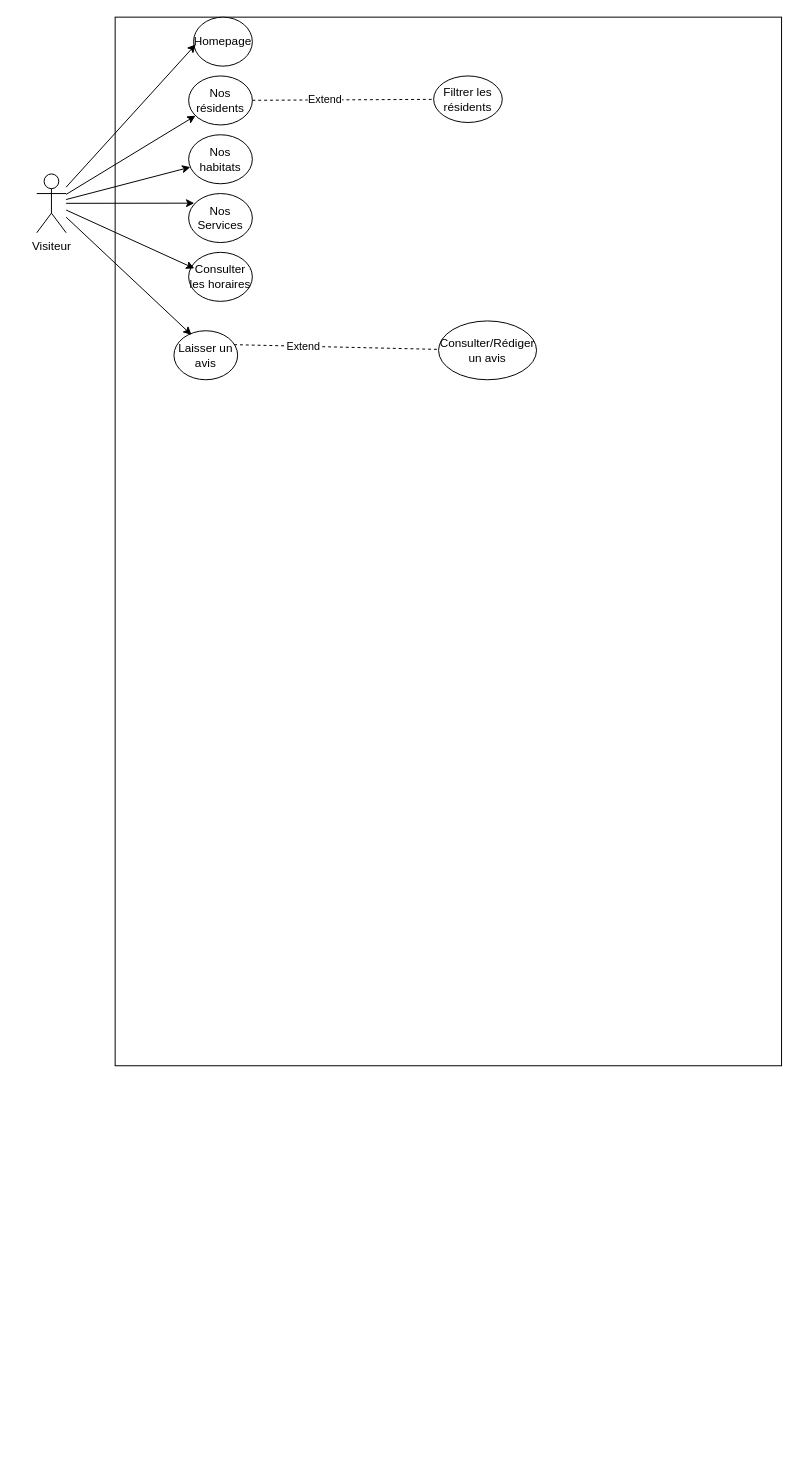
Before: Diagramme d'utilisation.drawio in ThibautOV/ZooArcadia, a draw.io diagram. Source tidied: cells renumbered, new cells numbered last; positions are measured from the earlier drawing's top-left corner, leaving out a move shared by most shapes. Both pictures are drawn from the tidied source at 98%, with x=0, y=0 at pixel (36, 17).
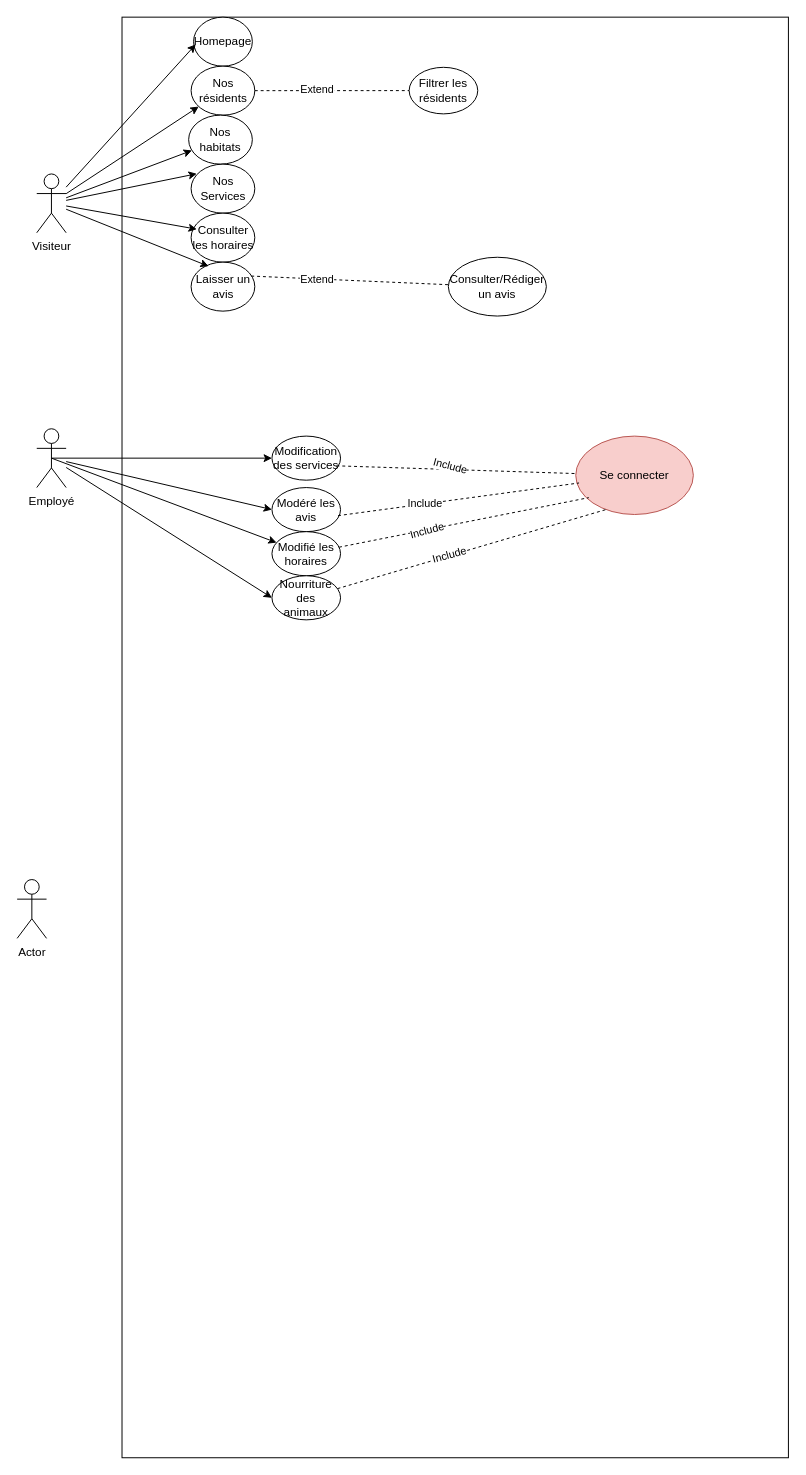
The same diagram, later.

Commit message:
Mettre à jour Diagramme d'utilisation.drawio

Change to the diagram source:
```diff
@@
     <mxCell id="2" style="rounded=0;whiteSpace=wrap;html=1;" parent="1" vertex="1">
-      <mxGeometry x="80" width="680" height="1070" as="geometry" />
+      <mxGeometry x="87" width="680" height="1470" as="geometry" />
     </mxCell>
@@
     <mxCell id="5" value="Nos résidents" style="ellipse;whiteSpace=wrap;html=1;" parent="1" vertex="1">
-      <mxGeometry x="155" y="60" width="65" height="50" as="geometry" />
+      <mxGeometry x="157.5" y="50" width="65" height="50" as="geometry" />
     </mxCell>
     <mxCell id="6" value="Nos habitats" style="ellipse;whiteSpace=wrap;html=1;" parent="1" vertex="1">
-      <mxGeometry x="155" y="120" width="65" height="50" as="geometry" />
+      <mxGeometry x="155" y="100" width="65" height="50" as="geometry" />
     </mxCell>
     <mxCell id="7" value="Nos Services" style="ellipse;whiteSpace=wrap;html=1;" parent="1" vertex="1">
-      <mxGeometry x="155" y="180" width="65" height="50" as="geometry" />
+      <mxGeometry x="157.5" y="150" width="65" height="50" as="geometry" />
     </mxCell>
@@
     <mxCell id="12" value="Consulter les horaires" style="ellipse;whiteSpace=wrap;html=1;" parent="1" vertex="1">
-      <mxGeometry x="155" y="240" width="65" height="50" as="geometry" />
+      <mxGeometry x="157.5" y="200" width="65" height="50" as="geometry" />
     </mxCell>
@@
     <mxCell id="14" value="Laisser un avis" style="ellipse;whiteSpace=wrap;html=1;" parent="1" vertex="1">
-      <mxGeometry x="140" y="320" width="65" height="50" as="geometry" />
+      <mxGeometry x="157.5" y="250" width="65" height="50" as="geometry" />
     </mxCell>
@@
     <mxCell id="18" value="Consulter/Rédiger un avis" style="ellipse;whiteSpace=wrap;html=1;" parent="1" vertex="1">
-      <mxGeometry x="410" y="310" width="100" height="60" as="geometry" />
+      <mxGeometry x="420" y="245" width="100" height="60" as="geometry" />
     </mxCell>
@@
     <mxCell id="21" value="Filtrer les résidents" style="ellipse;whiteSpace=wrap;html=1;" parent="1" vertex="1">
-      <mxGeometry x="405" y="60" width="70" height="47.5" as="geometry" />
+      <mxGeometry x="380" y="51.2" width="70" height="47.5" as="geometry" />
     </mxCell>
+    <mxCell id="22" value="Employé" style="shape=umlActor;verticalLabelPosition=bottom;verticalAlign=top;html=1;outlineConnect=0;" parent="1" vertex="1">
+      <mxGeometry y="420" width="30" height="60" as="geometry" />
+    </mxCell>
+    <mxCell id="23" value="Modification des services" style="ellipse;whiteSpace=wrap;html=1;" parent="1" vertex="1">
+      <mxGeometry x="240" y="427.5" width="70" height="45" as="geometry" />
+    </mxCell>
+    <mxCell id="24" style="endArrow=classic;html=1;rounded=0;entryX=0;entryY=0.5;entryDx=0;entryDy=0;exitX=0.5;exitY=0.5;exitDx=0;exitDy=0;exitPerimeter=0;" parent="1" edge="1" source="22" target="23">
+      <mxGeometry relative="1" as="geometry" />
+    </mxCell>
+    <mxCell id="25" value="Modéré les avis" style="ellipse;whiteSpace=wrap;html=1;" parent="1" vertex="1">
+      <mxGeometry x="240" y="480" width="70" height="45" as="geometry" />
+    </mxCell>
+    <mxCell id="26" style="endArrow=classic;html=1;rounded=0;entryX=0;entryY=0.5;entryDx=0;entryDy=0;" parent="1" edge="1" source="22" target="25">
+      <mxGeometry relative="1" as="geometry" />
+    </mxCell>
+    <mxCell id="27" value="Modifié les horaires" style="ellipse;whiteSpace=wrap;html=1;" parent="1" vertex="1">
+      <mxGeometry x="240" y="525" width="70" height="45" as="geometry" />
+    </mxCell>
+    <mxCell id="28" value="Nourriture des animaux" style="ellipse;whiteSpace=wrap;html=1;" parent="1" vertex="1">
+      <mxGeometry x="240" y="570" width="70" height="45" as="geometry" />
+    </mxCell>
+    <mxCell id="29" style="endArrow=classic;html=1;rounded=0;exitX=0.5;exitY=0.5;exitDx=0;exitDy=0;exitPerimeter=0;" parent="1" edge="1" source="22" target="27">
+      <mxGeometry relative="1" as="geometry" />
+    </mxCell>
+    <mxCell id="30" style="endArrow=classic;html=1;rounded=0;entryX=0;entryY=0.5;entryDx=0;entryDy=0;" parent="1" edge="1" source="22" target="28">
+      <mxGeometry relative="1" as="geometry" />
+    </mxCell>
+    <mxCell id="31" value="Se connecter" style="ellipse;whiteSpace=wrap;html=1;fillColor=#f8cecc;strokeColor=#b85450;" parent="1" vertex="1">
+      <mxGeometry x="550" y="427.5" width="120" height="80" as="geometry" />
+    </mxCell>
+    <mxCell id="32" style="endArrow=none;dashed=1;html=1;rounded=0;exitX=0.94;exitY=0.674;exitDx=0;exitDy=0;exitPerimeter=0;" parent="1" edge="1" source="23" target="31">
+      <mxGeometry relative="1" as="geometry" />
+    </mxCell>
+    <mxCell id="33" value="Include" style="edgeLabel;html=1;align=center;verticalAlign=middle;rotation=15;" parent="32" vertex="1">
+      <mxGeometry x="-0.1" relative="1" as="geometry">
+        <mxPoint x="6" y="-4" as="offset" />
+      </mxGeometry>
+    </mxCell>
+    <mxCell id="34" style="endArrow=none;dashed=1;html=1;rounded=0;entryX=0.028;entryY=0.598;entryDx=0;entryDy=0;entryPerimeter=0;exitX=0.964;exitY=0.637;exitDx=0;exitDy=0;exitPerimeter=0;" parent="1" edge="1" source="25" target="31">
+      <mxGeometry relative="1" as="geometry" />
+    </mxCell>
+    <mxCell id="35" value="Include" style="edgeLabel;html=1;align=center;verticalAlign=middle;" parent="34" vertex="1">
+      <mxGeometry x="-0.28" y="1" relative="1" as="geometry" />
+    </mxCell>
+    <mxCell id="36" style="endArrow=none;dashed=1;html=1;rounded=0;entryX=0.111;entryY=0.785;entryDx=0;entryDy=0;entryPerimeter=0;" parent="1" edge="1" source="27" target="31">
+      <mxGeometry relative="1" as="geometry" />
+    </mxCell>
+    <mxCell id="37" value="Include" style="edgeLabel;html=1;align=center;verticalAlign=middle;rotation=345;" parent="36" vertex="1">
+      <mxGeometry x="-0.3" relative="1" as="geometry" />
+    </mxCell>
+    <mxCell id="38" style="endArrow=none;dashed=1;html=1;rounded=0;entryX=0.271;entryY=0.931;entryDx=0;entryDy=0;entryPerimeter=0;" parent="1" edge="1" source="28" target="31">
+      <mxGeometry relative="1" as="geometry" />
+    </mxCell>
+    <mxCell id="39" value="Include" style="edgeLabel;html=1;align=center;verticalAlign=middle;rotation=345;" parent="38" vertex="1">
+      <mxGeometry x="-0.18" relative="1" as="geometry">
+        <mxPoint y="-1" as="offset" />
+      </mxGeometry>
+    </mxCell>
+    <mxCell id="40" value="Actor" style="shape=umlActor;verticalLabelPosition=bottom;verticalAlign=top;html=1;" parent="1" vertex="1">
+      <mxGeometry x="-20" y="880" width="30" height="60" as="geometry" />
+    </mxCell>
```
